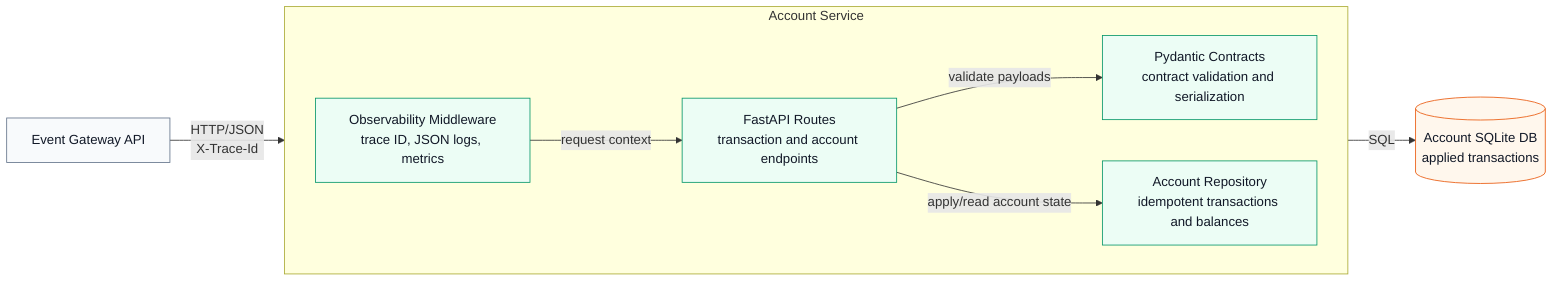
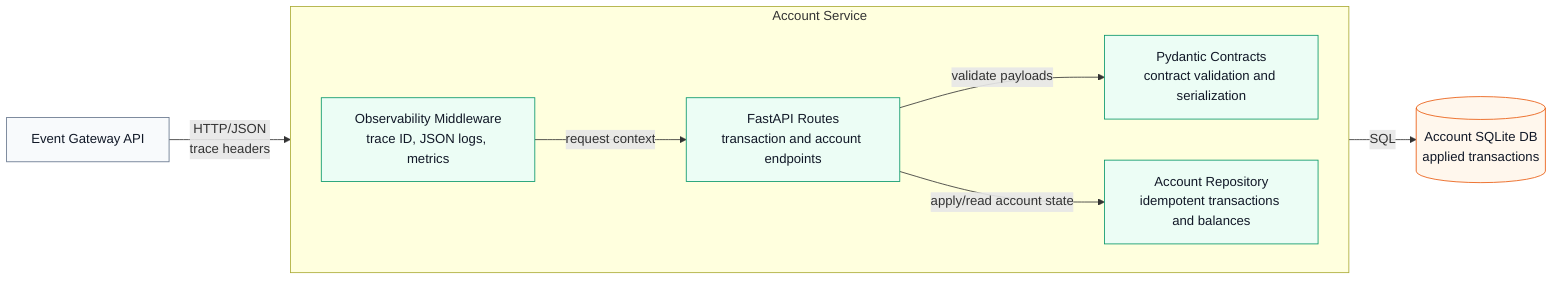
flowchart LR
  %% C4 Level 3: Account Service components. Gateway enters once, data exits to DB.
  gateway["Event Gateway API"]

  subgraph accountBoundary["Account Service"]
    direction LR
    obs["Observability Middleware<br/>trace ID, JSON logs, metrics"]
    routes["FastAPI Routes<br/>transaction and account endpoints"]
    contracts["Pydantic Contracts<br/>contract validation and serialization"]
    repo["Account Repository<br/>idempotent transactions and balances"]
  end

  accountDb[("Account SQLite DB<br/>applied transactions")]

-   gateway -->|"HTTP/JSON<br/>X-Trace-Id"| obs
+   gateway -->|"HTTP/JSON<br/>trace headers"| obs
  obs -->|"request context"| routes
  routes -->|"validate payloads"| contracts
  routes -->|"apply/read account state"| repo
  repo -->|"SQL"| accountDb

  classDef external fill:#f8fafc,stroke:#64748b,color:#111827
  classDef component fill:#ecfdf5,stroke:#059669,color:#111827
  classDef database fill:#fff7ed,stroke:#ea580c,color:#111827
  class gateway external
  class obs,routes,contracts,repo component
  class accountDb database
